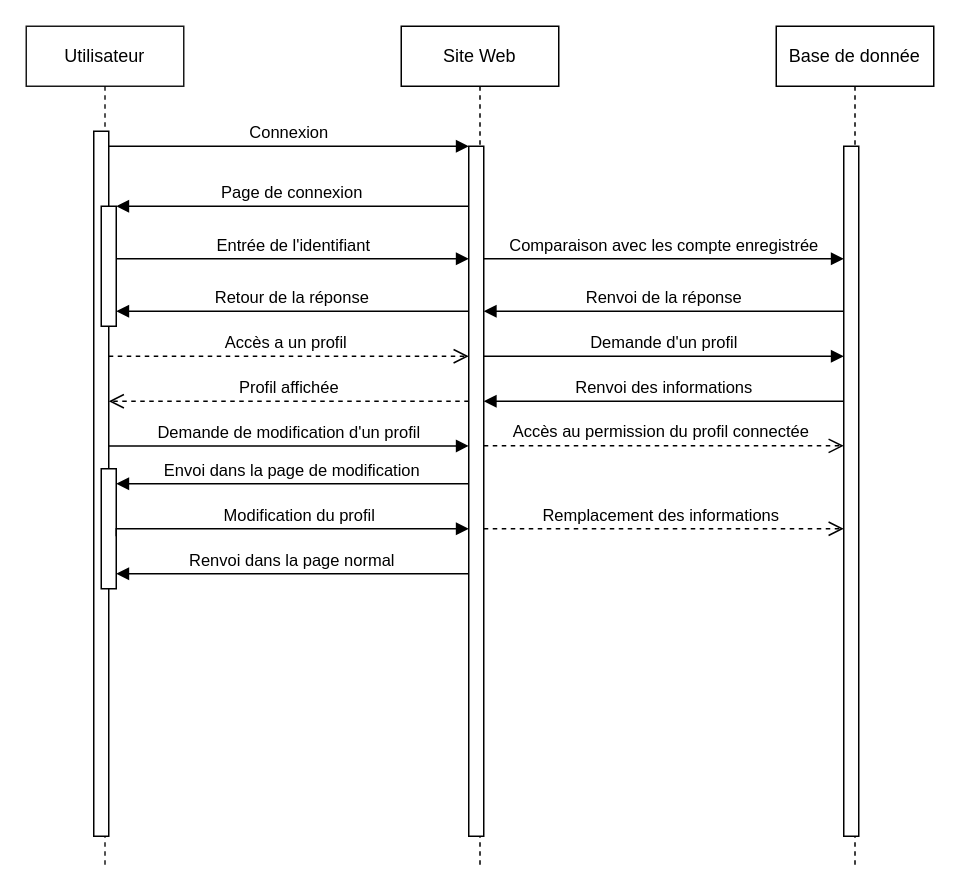
Before: Site Web/Séquence.drawio in NergYR/Projet_securite, a draw.io diagram. Source tidied: cells renumbered, new cells numbered last; positions are measured from the earlier drawing's top-left corner, leaving out a move shared by most shapes. Both pictures are drawn from the tidied source at 150%, with x=0, y=0 at pixel (26, 26).
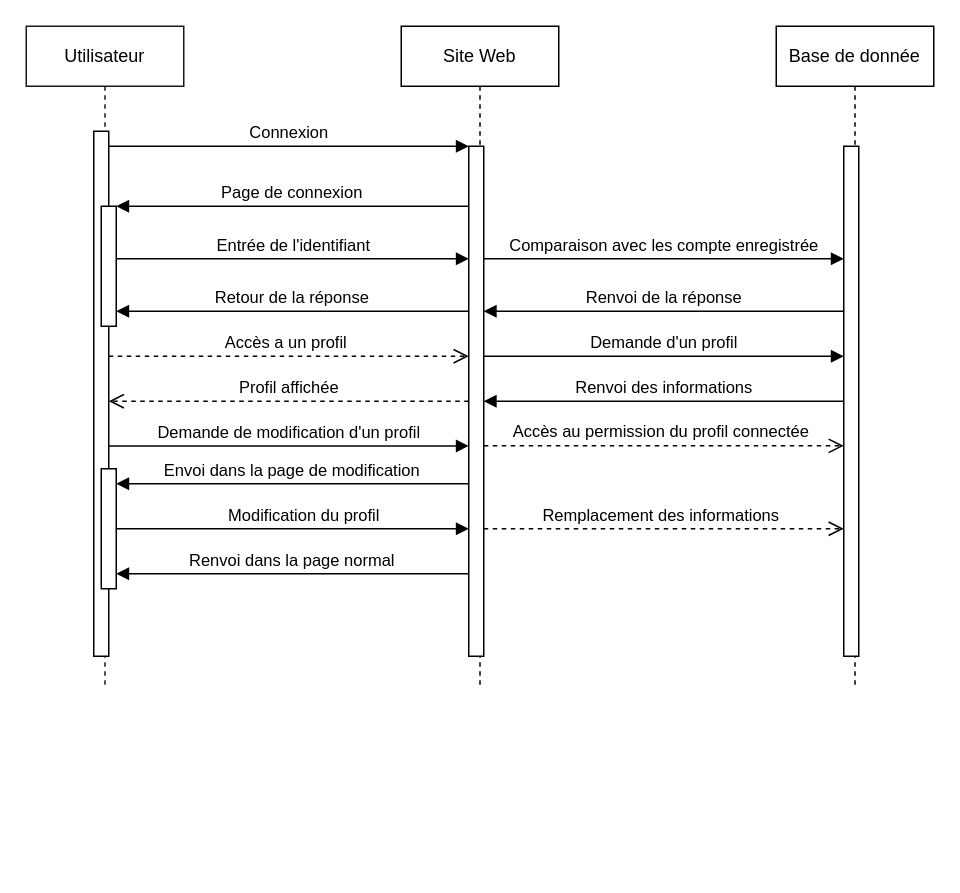
The same page after the edit.

Commit message:
Remise en forme

What changed in the source:
```diff
@@
     <mxCell id="2" value="Utilisateur" style="shape=umlLifeline;perimeter=lifelinePerimeter;whiteSpace=wrap;html=1;newEdgeStyle={&quot;edgeStyle&quot;:&quot;elbowEdgeStyle&quot;,&quot;elbow&quot;:&quot;vertical&quot;,&quot;curved&quot;:0,&quot;rounded&quot;:0};rounded=0;glass=0;shadow=0;strokeWidth=1;opacity=90;" parent="1" vertex="1">
-      <mxGeometry width="105" height="560" as="geometry" />
+      <mxGeometry width="105" height="440" as="geometry" />
     </mxCell>
     <mxCell id="3" style="html=1;points=[];perimeter=orthogonalPerimeter;outlineConnect=0;targetShapes=umlLifeline;portConstraint=eastwest;newEdgeStyle={&quot;edgeStyle&quot;:&quot;elbowEdgeStyle&quot;,&quot;elbow&quot;:&quot;vertical&quot;,&quot;curved&quot;:0,&quot;rounded&quot;:0};" parent="2" vertex="1">
-      <mxGeometry x="45" y="70" width="10" height="470" as="geometry" />
+      <mxGeometry x="45" y="70" width="10" height="350" as="geometry" />
     </mxCell>
@@
-    <mxCell id="5" style="html=1;points=[];perimeter=orthogonalPerimeter;outlineConnect=0;targetShapes=umlLifeline;portConstraint=eastwest;newEdgeStyle={&quot;edgeStyle&quot;:&quot;elbowEdgeStyle&quot;,&quot;elbow&quot;:&quot;vertical&quot;,&quot;curved&quot;:0,&quot;rounded&quot;:0};" parent="2" vertex="1">
-      <mxGeometry x="50" y="295" width="10" height="80" as="geometry" />
-    </mxCell>
     <mxCell id="6" value="Site Web" style="shape=umlLifeline;perimeter=lifelinePerimeter;whiteSpace=wrap;html=1;newEdgeStyle={&quot;edgeStyle&quot;:&quot;elbowEdgeStyle&quot;,&quot;elbow&quot;:&quot;vertical&quot;,&quot;curved&quot;:0,&quot;rounded&quot;:0};" parent="1" vertex="1">
-      <mxGeometry x="250" width="105" height="560" as="geometry" />
+      <mxGeometry x="250" width="105" height="440" as="geometry" />
     </mxCell>
     <mxCell id="7" style="html=1;points=[];perimeter=orthogonalPerimeter;outlineConnect=0;targetShapes=umlLifeline;portConstraint=eastwest;newEdgeStyle={&quot;edgeStyle&quot;:&quot;elbowEdgeStyle&quot;,&quot;elbow&quot;:&quot;vertical&quot;,&quot;curved&quot;:0,&quot;rounded&quot;:0};" parent="6" vertex="1">
-      <mxGeometry x="45" y="80" width="10" height="460" as="geometry" />
+      <mxGeometry x="45" y="80" width="10" height="340" as="geometry" />
     </mxCell>
@@
-    <mxCell id="17" value="Modification du profil" style="html=1;verticalAlign=bottom;endArrow=block;edgeStyle=elbowEdgeStyle;elbow=vertical;curved=0;rounded=0;" parent="1" edge="1" target="7">
+    <mxCell id="17" value="Modification du profil" style="html=1;verticalAlign=bottom;endArrow=block;edgeStyle=elbowEdgeStyle;elbow=vertical;curved=0;rounded=0;" parent="1" edge="1" source="5" target="7">
       <mxGeometry x="0.06" relative="1" as="geometry">
-        <mxPoint x="60" y="340" as="sourcePoint" />
         <Array as="points">
           <mxPoint x="95" y="335" />
           <mxPoint x="270" y="325" />
           <mxPoint x="155" y="330" />
           <mxPoint x="110" y="325" />
           <mxPoint x="140" y="340" />
         </Array>
       </mxGeometry>
     </mxCell>
@@
     <mxCell id="19" value="Base de donnée" style="shape=umlLifeline;perimeter=lifelinePerimeter;whiteSpace=wrap;html=1;newEdgeStyle={&quot;edgeStyle&quot;:&quot;elbowEdgeStyle&quot;,&quot;elbow&quot;:&quot;vertical&quot;,&quot;curved&quot;:0,&quot;rounded&quot;:0};" parent="1" vertex="1">
-      <mxGeometry x="500" width="105" height="560" as="geometry" />
+      <mxGeometry x="500" width="105" height="440" as="geometry" />
     </mxCell>
     <mxCell id="20" style="html=1;points=[];perimeter=orthogonalPerimeter;outlineConnect=0;targetShapes=umlLifeline;portConstraint=eastwest;newEdgeStyle={&quot;edgeStyle&quot;:&quot;elbowEdgeStyle&quot;,&quot;elbow&quot;:&quot;vertical&quot;,&quot;curved&quot;:0,&quot;rounded&quot;:0};" parent="19" vertex="1">
-      <mxGeometry x="45" y="80" width="10" height="460" as="geometry" />
+      <mxGeometry x="45" y="80" width="10" height="340" as="geometry" />
     </mxCell>
@@
+    <mxCell id="29" style="html=1;verticalAlign=bottom;endArrow=block;edgeStyle=elbowEdgeStyle;elbow=vertical;curved=0;rounded=0;" parent="1" edge="1" target="5">
+      <mxGeometry x="0.06" relative="1" as="geometry">
+        <mxPoint x="60" y="340" as="sourcePoint" />
+      </mxGeometry>
+    </mxCell>
+    <mxCell id="5" style="html=1;points=[];perimeter=orthogonalPerimeter;outlineConnect=0;targetShapes=umlLifeline;portConstraint=eastwest;newEdgeStyle={&quot;edgeStyle&quot;:&quot;elbowEdgeStyle&quot;,&quot;elbow&quot;:&quot;vertical&quot;,&quot;curved&quot;:0,&quot;rounded&quot;:0};" parent="1" vertex="1">
+      <mxGeometry x="50" y="295" width="10" height="80" as="geometry" />
+    </mxCell>
```
